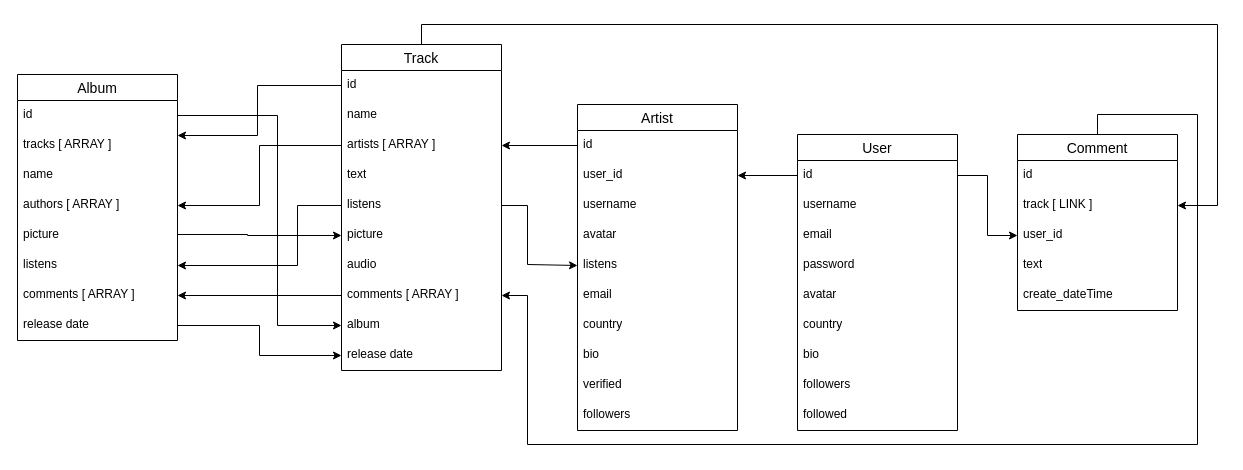
The draw.io diagram server/music-playground.drawio in Lordpluha/spotify-clone, before the edit. Source tidied: cells renumbered, new cells numbered last; positions are measured from the earlier drawing's top-left corner, leaving out a move shared by most shapes. Both pictures are drawn from the tidied source at 100%, with x=0, y=0 at pixel (17, 24).
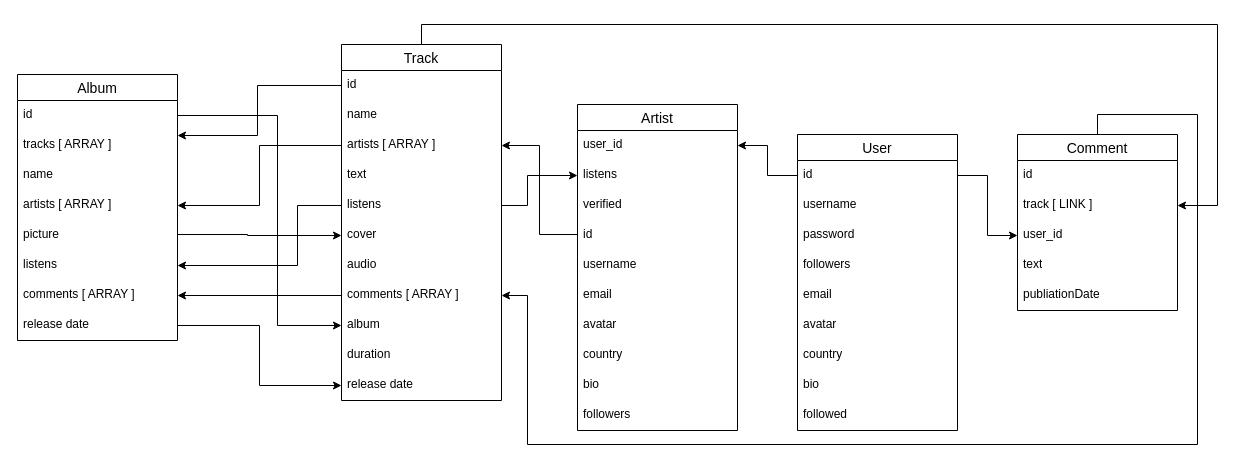
The same page after the edit.

The change refers to these unchanged cells:
```xml
<mxCell id="3" value="Album" style="swimlane;fontStyle=0;horizontal=1;startSize=26;align=center;fontSize=14;" parent="1" vertex="1">
  <mxGeometry y="50" width="160" height="266" as="geometry" />
</mxCell>
<mxCell id="12" value="Comment" style="swimlane;fontStyle=0;horizontal=1;startSize=26;align=center;fontSize=14;" parent="1" vertex="1">
  <mxGeometry x="1000" y="110" width="160" height="176" as="geometry" />
</mxCell>
<mxCell id="18" value="Artist" style="swimlane;fontStyle=0;horizontal=1;startSize=26;align=center;fontSize=14;" parent="1" vertex="1">
  <mxGeometry x="560" y="80" width="160" height="326" as="geometry" />
</mxCell>
<mxCell id="29" value="User" style="swimlane;fontStyle=0;horizontal=1;startSize=26;align=center;fontSize=14;" parent="1" vertex="1">
  <mxGeometry x="780" y="110" width="160" height="296" as="geometry" />
</mxCell>
<mxCell id="42" value="artists [ ARRAY ]" style="text;strokeColor=none;fillColor=none;spacingLeft=4;spacingRight=4;overflow=hidden;points=[[0,0.5],[1,0.5]];portConstraint=eastwest;fontSize=12;whiteSpace=wrap;html=1;" parent="39" vertex="1">
  <mxGeometry y="86" width="160" height="30" as="geometry" />
</mxCell>
<mxCell id="44" value="listens" style="text;strokeColor=none;fillColor=none;spacingLeft=4;spacingRight=4;overflow=hidden;points=[[0,0.5],[1,0.5]];portConstraint=eastwest;fontSize=12;whiteSpace=wrap;html=1;" parent="39" vertex="1">
  <mxGeometry y="146" width="160" height="30" as="geometry" />
</mxCell>
```

Change to the diagram source:
```diff
@@
-    <mxCell id="7" value="authors [ ARRAY ]" style="text;strokeColor=none;fillColor=none;spacingLeft=4;spacingRight=4;overflow=hidden;points=[[0,0.5],[1,0.5]];portConstraint=eastwest;fontSize=12;whiteSpace=wrap;html=1;" parent="3" vertex="1">
+    <mxCell id="7" value="artists [ ARRAY ]" style="text;strokeColor=none;fillColor=none;spacingLeft=4;spacingRight=4;overflow=hidden;points=[[0,0.5],[1,0.5]];portConstraint=eastwest;fontSize=12;whiteSpace=wrap;html=1;" parent="3" vertex="1">
       <mxGeometry y="116" width="160" height="30" as="geometry" />
     </mxCell>
@@
-    <mxCell id="17" value="create_dateTime" style="text;strokeColor=none;fillColor=none;spacingLeft=4;spacingRight=4;overflow=hidden;fontSize=12;whiteSpace=wrap;html=1;" parent="12" vertex="1">
+    <mxCell id="17" value="publiationDate" style="text;strokeColor=none;fillColor=none;spacingLeft=4;spacingRight=4;overflow=hidden;fontSize=12;whiteSpace=wrap;html=1;" parent="12" vertex="1">
       <mxGeometry y="146" width="160" height="30" as="geometry" />
     </mxCell>
@@
+    <mxCell id="20" value="user_id" style="text;strokeColor=none;fillColor=none;spacingLeft=4;spacingRight=4;overflow=hidden;points=[[0,0.5],[1,0.5]];portConstraint=eastwest;fontSize=12;whiteSpace=wrap;html=1;" parent="18" vertex="1">
+      <mxGeometry y="26" width="160" height="30" as="geometry" />
+    </mxCell>
+    <mxCell id="23" value="listens" style="text;strokeColor=none;fillColor=none;spacingLeft=4;spacingRight=4;overflow=hidden;points=[[0,0.5],[1,0.5]];portConstraint=eastwest;fontSize=12;whiteSpace=wrap;html=1;" parent="18" vertex="1">
+      <mxGeometry y="56" width="160" height="30" as="geometry" />
+    </mxCell>
+    <mxCell id="27" value="verified" style="text;strokeColor=none;fillColor=none;spacingLeft=4;spacingRight=4;overflow=hidden;fontSize=12;whiteSpace=wrap;html=1;" parent="18" vertex="1">
+      <mxGeometry y="86" width="160" height="30" as="geometry" />
+    </mxCell>
     <mxCell id="19" value="id" style="text;strokeColor=none;fillColor=none;spacingLeft=4;spacingRight=4;overflow=hidden;points=[[0,0.5],[1,0.5]];portConstraint=eastwest;fontSize=12;whiteSpace=wrap;html=1;" parent="18" vertex="1">
-      <mxGeometry y="26" width="160" height="30" as="geometry" />
+      <mxGeometry y="116" width="160" height="30" as="geometry" />
     </mxCell>
-    <mxCell id="20" value="user_id" style="text;strokeColor=none;fillColor=none;spacingLeft=4;spacingRight=4;overflow=hidden;points=[[0,0.5],[1,0.5]];portConstraint=eastwest;fontSize=12;whiteSpace=wrap;html=1;" parent="18" vertex="1">
-      <mxGeometry y="56" width="160" height="30" as="geometry" />
-    </mxCell>
     <mxCell id="21" value="username" style="text;strokeColor=none;fillColor=none;spacingLeft=4;spacingRight=4;overflow=hidden;fontSize=12;whiteSpace=wrap;html=1;" parent="18" vertex="1">
-      <mxGeometry y="86" width="160" height="30" as="geometry" />
+      <mxGeometry y="146" width="160" height="30" as="geometry" />
     </mxCell>
+    <mxCell id="24" value="email" style="text;strokeColor=none;fillColor=none;spacingLeft=4;spacingRight=4;overflow=hidden;fontSize=12;whiteSpace=wrap;html=1;" parent="18" vertex="1">
+      <mxGeometry y="176" width="160" height="30" as="geometry" />
+    </mxCell>
     <mxCell id="22" value="avatar" style="text;strokeColor=none;fillColor=none;spacingLeft=4;spacingRight=4;overflow=hidden;fontSize=12;whiteSpace=wrap;html=1;" parent="18" vertex="1">
-      <mxGeometry y="116" width="160" height="30" as="geometry" />
+      <mxGeometry y="206" width="160" height="30" as="geometry" />
     </mxCell>
-    <mxCell id="23" value="listens" style="text;strokeColor=none;fillColor=none;spacingLeft=4;spacingRight=4;overflow=hidden;points=[[0,0.5],[1,0.5]];portConstraint=eastwest;fontSize=12;whiteSpace=wrap;html=1;" parent="18" vertex="1">
-      <mxGeometry y="146" width="160" height="30" as="geometry" />
-    </mxCell>
-    <mxCell id="24" value="email" style="text;strokeColor=none;fillColor=none;spacingLeft=4;spacingRight=4;overflow=hidden;fontSize=12;whiteSpace=wrap;html=1;" parent="18" vertex="1">
-      <mxGeometry y="176" width="160" height="30" as="geometry" />
-    </mxCell>
     <mxCell id="25" value="country" style="text;strokeColor=none;fillColor=none;spacingLeft=4;spacingRight=4;overflow=hidden;fontSize=12;whiteSpace=wrap;html=1;" parent="18" vertex="1">
-      <mxGeometry y="206" width="160" height="30" as="geometry" />
+      <mxGeometry y="236" width="160" height="30" as="geometry" />
     </mxCell>
     <mxCell id="26" value="bio" style="text;strokeColor=none;fillColor=none;spacingLeft=4;spacingRight=4;overflow=hidden;fontSize=12;whiteSpace=wrap;html=1;" parent="18" vertex="1">
-      <mxGeometry y="236" width="160" height="30" as="geometry" />
+      <mxGeometry y="266" width="160" height="30" as="geometry" />
     </mxCell>
-    <mxCell id="27" value="verified" style="text;strokeColor=none;fillColor=none;spacingLeft=4;spacingRight=4;overflow=hidden;fontSize=12;whiteSpace=wrap;html=1;" parent="18" vertex="1">
-      <mxGeometry y="266" width="160" height="30" as="geometry" />
-    </mxCell>
@@
+    <mxCell id="33" value="password" style="text;strokeColor=none;fillColor=none;spacingLeft=4;spacingRight=4;overflow=hidden;fontSize=12;whiteSpace=wrap;html=1;" parent="29" vertex="1">
+      <mxGeometry y="86" width="160" height="30" as="geometry" />
+    </mxCell>
+    <mxCell id="37" value="followers" style="text;strokeColor=none;fillColor=none;spacingLeft=4;spacingRight=4;overflow=hidden;fontSize=12;whiteSpace=wrap;html=1;" parent="29" vertex="1">
+      <mxGeometry y="116" width="160" height="30" as="geometry" />
+    </mxCell>
     <mxCell id="32" value="email" style="text;strokeColor=none;fillColor=none;spacingLeft=4;spacingRight=4;overflow=hidden;fontSize=12;whiteSpace=wrap;html=1;" parent="29" vertex="1">
-      <mxGeometry y="86" width="160" height="30" as="geometry" />
+      <mxGeometry y="146" width="160" height="30" as="geometry" />
     </mxCell>
-    <mxCell id="33" value="password" style="text;strokeColor=none;fillColor=none;spacingLeft=4;spacingRight=4;overflow=hidden;fontSize=12;whiteSpace=wrap;html=1;" parent="29" vertex="1">
-      <mxGeometry y="116" width="160" height="30" as="geometry" />
-    </mxCell>
     <mxCell id="34" value="avatar" style="text;strokeColor=none;fillColor=none;spacingLeft=4;spacingRight=4;overflow=hidden;fontSize=12;whiteSpace=wrap;html=1;" parent="29" vertex="1">
-      <mxGeometry y="146" width="160" height="30" as="geometry" />
+      <mxGeometry y="176" width="160" height="30" as="geometry" />
     </mxCell>
     <mxCell id="35" value="country" style="text;strokeColor=none;fillColor=none;spacingLeft=4;spacingRight=4;overflow=hidden;fontSize=12;whiteSpace=wrap;html=1;" parent="29" vertex="1">
-      <mxGeometry y="176" width="160" height="30" as="geometry" />
+      <mxGeometry y="206" width="160" height="30" as="geometry" />
     </mxCell>
     <mxCell id="36" value="bio" style="text;strokeColor=none;fillColor=none;spacingLeft=4;spacingRight=4;overflow=hidden;fontSize=12;whiteSpace=wrap;html=1;" parent="29" vertex="1">
-      <mxGeometry y="206" width="160" height="30" as="geometry" />
+      <mxGeometry y="236" width="160" height="30" as="geometry" />
     </mxCell>
-    <mxCell id="37" value="followers" style="text;strokeColor=none;fillColor=none;spacingLeft=4;spacingRight=4;overflow=hidden;fontSize=12;whiteSpace=wrap;html=1;" parent="29" vertex="1">
-      <mxGeometry y="236" width="160" height="30" as="geometry" />
-    </mxCell>
@@
     <mxCell id="39" value="Track" style="swimlane;fontStyle=0;horizontal=1;startSize=26;align=center;fontSize=14;" parent="1" vertex="1">
-      <mxGeometry x="324" y="20" width="160" height="326" as="geometry" />
+      <mxGeometry x="324" y="20" width="160" height="356" as="geometry" />
     </mxCell>
@@
-    <mxCell id="45" value="picture" style="text;strokeColor=none;fillColor=none;spacingLeft=4;spacingRight=4;overflow=hidden;points=[[0,0.5],[1,0.5]];portConstraint=eastwest;fontSize=12;whiteSpace=wrap;html=1;" parent="39" vertex="1">
+    <mxCell id="45" value="cover" style="text;strokeColor=none;fillColor=none;spacingLeft=4;spacingRight=4;overflow=hidden;points=[[0,0.5],[1,0.5]];portConstraint=eastwest;fontSize=12;whiteSpace=wrap;html=1;" parent="39" vertex="1">
       <mxGeometry y="176" width="160" height="30" as="geometry" />
     </mxCell>
@@
+    <mxCell id="63" value="duration" style="text;strokeColor=none;fillColor=none;spacingLeft=4;spacingRight=4;overflow=hidden;fontSize=12;whiteSpace=wrap;html=1;" parent="39" vertex="1">
+      <mxGeometry y="296" width="160" height="30" as="geometry" />
+    </mxCell>
     <mxCell id="49" value="release date" style="text;strokeColor=none;fillColor=none;spacingLeft=4;spacingRight=4;overflow=hidden;points=[[0,0.5],[1,0.5]];portConstraint=eastwest;fontSize=12;whiteSpace=wrap;html=1;" parent="39" vertex="1">
-      <mxGeometry y="296" width="160" height="30" as="geometry" />
+      <mxGeometry y="326" width="160" height="30" as="geometry" />
     </mxCell>
@@
     <mxCell id="58" style="edgeStyle=orthogonalEdgeStyle;rounded=0;jettySize=auto;html=1;exitX=0;exitY=0.5;exitDx=0;exitDy=0;" parent="1" edge="1" source="19" target="42">
-      <mxGeometry relative="1" as="geometry" />
+      <mxGeometry relative="1" as="geometry">
+        <Array as="points">
+          <mxPoint x="522" y="210" />
+          <mxPoint x="522" y="121" />
+        </Array>
+      </mxGeometry>
     </mxCell>
@@
     <mxCell id="61" style="edgeStyle=orthogonalEdgeStyle;rounded=0;jettySize=auto;html=1;exitX=1;exitY=0.5;exitDx=0;exitDy=0;entryX=0;entryY=0.5;entryDx=0;entryDy=0;" parent="1" edge="1" source="44" target="23">
       <mxGeometry relative="1" as="geometry">
         <Array as="points">
           <mxPoint x="510" y="181" />
-          <mxPoint x="510" y="240" />
-          <mxPoint x="560" y="240" />
+          <mxPoint x="510" y="151" />
         </Array>
       </mxGeometry>
     </mxCell>
```
